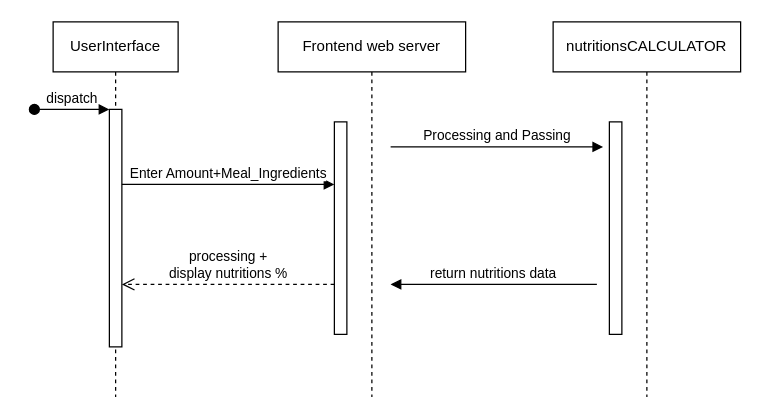
Earlier version of the draw.io diagram public/sequenceDiagram_nutritionsCalc.drawio (Ebrahim-Ramadan/myfitrainer-app). Source tidied: cells renumbered, new cells numbered last; positions are measured from the earlier drawing's top-left corner, leaving out a move shared by most shapes. Both pictures are drawn from the tidied source at 125%, with x=0, y=0 at pixel (34, 21).
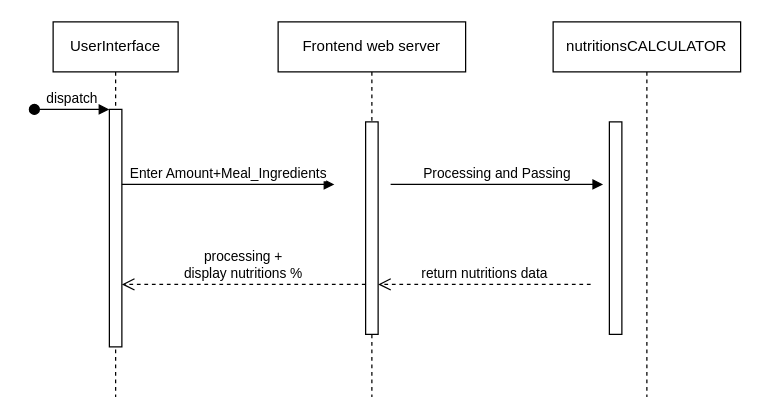
The same diagram, later.

The change refers to these unchanged cells:
```xml
<mxCell id="5" value="Frontend web server" style="shape=umlLifeline;perimeter=lifelinePerimeter;whiteSpace=wrap;html=1;newEdgeStyle={&quot;edgeStyle&quot;:&quot;elbowEdgeStyle&quot;,&quot;elbow&quot;:&quot;vertical&quot;,&quot;curved&quot;:0,&quot;rounded&quot;:0};" parent="1" vertex="1">
  <mxGeometry x="195" width="150" height="300" as="geometry" />
</mxCell>
```

The edit, as a diff of the source:
```diff
@@
     <mxCell id="6" style="html=1;points=[];perimeter=orthogonalPerimeter;outlineConnect=0;targetShapes=umlLifeline;portConstraint=eastwest;newEdgeStyle={&quot;edgeStyle&quot;:&quot;elbowEdgeStyle&quot;,&quot;elbow&quot;:&quot;vertical&quot;,&quot;curved&quot;:0,&quot;rounded&quot;:0};" parent="5" vertex="1">
-      <mxGeometry x="45" y="80" width="10" height="170" as="geometry" />
+      <mxGeometry x="70" y="80" width="10" height="170" as="geometry" />
     </mxCell>
@@
     <mxCell id="11" value="Processing and Passing" style="html=1;verticalAlign=bottom;endArrow=block;edgeStyle=elbowEdgeStyle;elbow=vertical;curved=0;rounded=0;" parent="1" edge="1">
       <mxGeometry relative="1" as="geometry">
-        <mxPoint x="285" y="100" as="sourcePoint" />
-        <mxPoint x="455" y="100" as="targetPoint" />
+        <mxPoint x="285" y="130" as="sourcePoint" />
+        <mxPoint x="455" y="130" as="targetPoint" />
         <Array as="points">
-          <mxPoint x="370" y="100" />
+          <mxPoint x="370" y="130" />
         </Array>
       </mxGeometry>
     </mxCell>
-    <mxCell id="12" value="return nutritions data" style="html=1;verticalAlign=bottom;endArrow=block;edgeStyle=elbowEdgeStyle;elbow=vertical;curved=0;rounded=0;" parent="1" edge="1">
+    <mxCell id="12" value="return nutritions data" style="html=1;verticalAlign=bottom;endArrow=open;dashed=1;endSize=8;edgeStyle=elbowEdgeStyle;elbow=vertical;curved=0;rounded=0;" parent="1" edge="1">
       <mxGeometry relative="1" as="geometry">
-        <mxPoint x="450" y="210" as="sourcePoint" />
-        <mxPoint x="285" y="210" as="targetPoint" />
+        <mxPoint x="445" y="210" as="sourcePoint" />
+        <mxPoint x="275" y="210" as="targetPoint" />
         <Array as="points">
-          <mxPoint x="375" y="210" />
+          <mxPoint x="370" y="210" />
+          <mxPoint x="370" y="240" />
         </Array>
       </mxGeometry>
     </mxCell>
```
